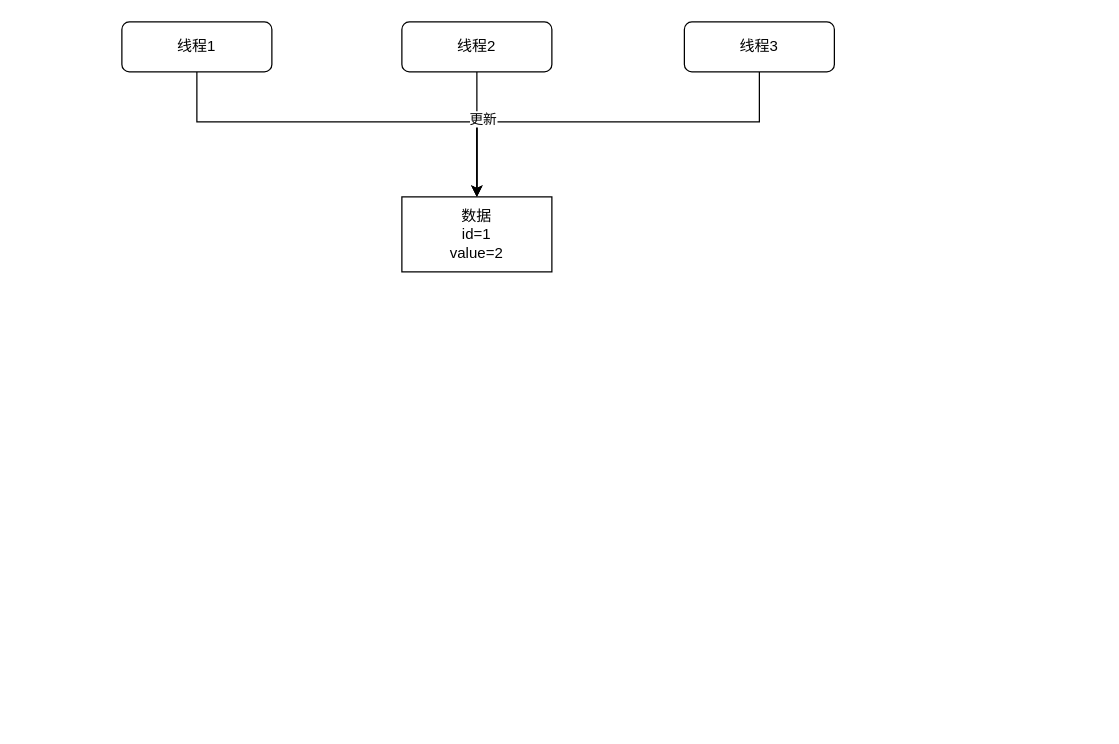
Above: 多线程更新数据.drawio in 315944211/doc (draw.io), before the change. Source tidied: cells renumbered, new cells numbered last; positions are measured from the earlier drawing's top-left corner, leaving out a move shared by most shapes. Both pictures are drawn from the tidied source at 125%, with x=0, y=0 at pixel (121, 21).
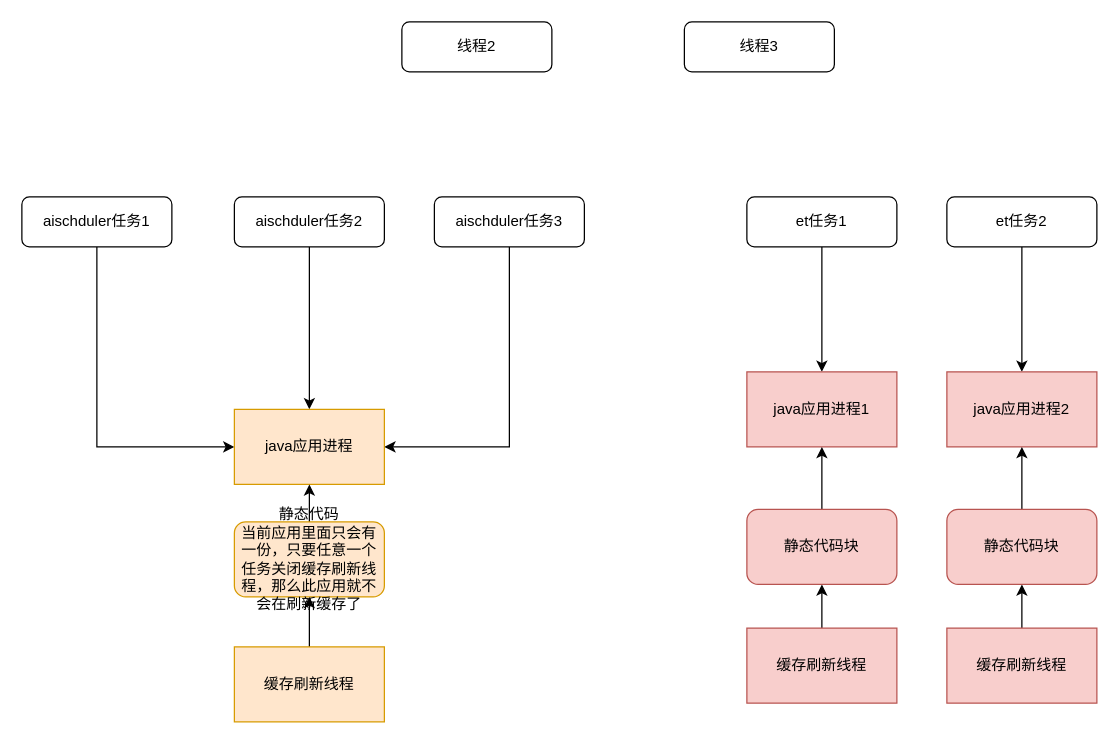
The same page after the edit.

Commit message:
更新多线程更新数据.drawio

Unchanged cells that the change refers to:
```xml
<mxCell id="6" value="线程2" style="rounded=1;whiteSpace=wrap;html=1;fontSize=12;glass=0;strokeWidth=1;shadow=0;" parent="1" vertex="1">
  <mxGeometry x="224" width="120" height="40" as="geometry" />
</mxCell>
<mxCell id="9" value="线程3" style="rounded=1;whiteSpace=wrap;html=1;fontSize=12;glass=0;strokeWidth=1;shadow=0;" parent="1" vertex="1">
  <mxGeometry x="450" width="120" height="40" as="geometry" />
</mxCell>
```

Diff of the diagram source:
```diff
@@
-    <mxCell id="2" style="edgeStyle=orthogonalEdgeStyle;rounded=0;jettySize=auto;html=1;" parent="1" edge="1" source="3" target="4">
-      <mxGeometry relative="1" as="geometry">
-        <Array as="points">
-          <mxPoint x="60" y="80" />
-          <mxPoint x="284" y="80" />
-        </Array>
-      </mxGeometry>
-    </mxCell>
+    <mxCell id="10" style="edgeStyle=orthogonalEdgeStyle;rounded=0;jettySize=auto;html=1;entryX=0;entryY=0.5;entryDx=0;entryDy=0;" parent="1" edge="1" source="3" target="15">
+      <mxGeometry relative="1" as="geometry">
+        <Array as="points">
+          <mxPoint x="-20" y="340" />
+        </Array>
+      </mxGeometry>
+    </mxCell>
-    <mxCell id="3" value="线程1" style="rounded=1;whiteSpace=wrap;html=1;fontSize=12;glass=0;strokeWidth=1;shadow=0;" parent="1" vertex="1">
-      <mxGeometry width="120" height="40" as="geometry" />
+    <mxCell id="3" value="aischduler任务1" style="rounded=1;whiteSpace=wrap;html=1;fontSize=12;glass=0;strokeWidth=1;shadow=0;" parent="1" vertex="1">
+      <mxGeometry x="-80" y="140" width="120" height="40" as="geometry" />
     </mxCell>
-    <mxCell id="4" value="数据&lt;br&gt;id=1&lt;br&gt;value=2" style="rounded=0;whiteSpace=wrap;html=1;" parent="1" vertex="1">
-      <mxGeometry x="224" y="140" width="120" height="60" as="geometry" />
-    </mxCell>
-    <mxCell id="5" style="edgeStyle=orthogonalEdgeStyle;rounded=0;jettySize=auto;html=1;entryX=0.5;entryY=0;entryDx=0;entryDy=0;" parent="1" edge="1" source="6" target="4">
-      <mxGeometry relative="1" as="geometry" />
-    </mxCell>
@@
-    <mxCell id="7" style="edgeStyle=orthogonalEdgeStyle;rounded=0;jettySize=auto;html=1;" parent="1" edge="1" source="9" target="4">
-      <mxGeometry relative="1" as="geometry">
-        <Array as="points">
-          <mxPoint x="510" y="80" />
-          <mxPoint x="284" y="80" />
-        </Array>
-      </mxGeometry>
-    </mxCell>
-    <mxCell id="8" value="更新" style="edgeLabel;html=1;align=center;verticalAlign=middle;" parent="7" vertex="1">
-      <mxGeometry x="0.61" y="-3" relative="1" as="geometry" />
-    </mxCell>
@@
+    <mxCell id="11" style="edgeStyle=orthogonalEdgeStyle;rounded=0;jettySize=auto;html=1;" parent="1" edge="1" source="12" target="15">
+      <mxGeometry relative="1" as="geometry" />
+    </mxCell>
+    <mxCell id="12" value="aischduler任务2" style="rounded=1;whiteSpace=wrap;html=1;fontSize=12;glass=0;strokeWidth=1;shadow=0;" parent="1" vertex="1">
+      <mxGeometry x="90" y="140" width="120" height="40" as="geometry" />
+    </mxCell>
+    <mxCell id="13" style="edgeStyle=orthogonalEdgeStyle;rounded=0;jettySize=auto;html=1;entryX=1;entryY=0.5;entryDx=0;entryDy=0;" parent="1" edge="1" source="14" target="15">
+      <mxGeometry relative="1" as="geometry">
+        <Array as="points">
+          <mxPoint x="310" y="340" />
+        </Array>
+      </mxGeometry>
+    </mxCell>
+    <mxCell id="14" value="aischduler任务3" style="rounded=1;whiteSpace=wrap;html=1;fontSize=12;glass=0;strokeWidth=1;shadow=0;" parent="1" vertex="1">
+      <mxGeometry x="250" y="140" width="120" height="40" as="geometry" />
+    </mxCell>
+    <mxCell id="15" value="java应用进程" style="rounded=0;whiteSpace=wrap;html=1;fillColor=#ffe6cc;strokeColor=#d79b00;" parent="1" vertex="1">
+      <mxGeometry x="90" y="310" width="120" height="60" as="geometry" />
+    </mxCell>
+    <mxCell id="16" style="edgeStyle=orthogonalEdgeStyle;rounded=0;jettySize=auto;html=1;" parent="1" edge="1" source="17" target="15">
+      <mxGeometry relative="1" as="geometry" />
+    </mxCell>
+    <mxCell id="17" value="静态代码&lt;br&gt;当前应用里面只会有一份，只要任意一个任务关闭缓存刷新线程，那么此应用就不会在刷新缓存了" style="rounded=1;whiteSpace=wrap;html=1;fillColor=#ffe6cc;strokeColor=#d79b00;" parent="1" vertex="1">
+      <mxGeometry x="90" y="400" width="120" height="60" as="geometry" />
+    </mxCell>
+    <mxCell id="18" style="edgeStyle=orthogonalEdgeStyle;rounded=0;jettySize=auto;html=1;" parent="1" edge="1" source="19" target="17">
+      <mxGeometry relative="1" as="geometry" />
+    </mxCell>
+    <mxCell id="19" value="缓存刷新线程" style="rounded=0;whiteSpace=wrap;html=1;fillColor=#ffe6cc;strokeColor=#d79b00;" parent="1" vertex="1">
+      <mxGeometry x="90" y="500" width="120" height="60" as="geometry" />
+    </mxCell>
+    <mxCell id="20" style="edgeStyle=orthogonalEdgeStyle;rounded=0;jettySize=auto;html=1;entryX=0.5;entryY=0;entryDx=0;entryDy=0;" parent="1" edge="1" source="21" target="22">
+      <mxGeometry relative="1" as="geometry" />
+    </mxCell>
+    <mxCell id="21" value="et任务1" style="rounded=1;whiteSpace=wrap;html=1;fontSize=12;glass=0;strokeWidth=1;shadow=0;" parent="1" vertex="1">
+      <mxGeometry x="500" y="140" width="120" height="40" as="geometry" />
+    </mxCell>
+    <mxCell id="22" value="java应用进程1" style="rounded=0;whiteSpace=wrap;html=1;fillColor=#f8cecc;strokeColor=#b85450;" parent="1" vertex="1">
+      <mxGeometry x="500" y="280" width="120" height="60" as="geometry" />
+    </mxCell>
+    <mxCell id="23" style="edgeStyle=orthogonalEdgeStyle;rounded=0;jettySize=auto;html=1;" parent="1" edge="1" source="24" target="26">
+      <mxGeometry relative="1" as="geometry" />
+    </mxCell>
+    <mxCell id="24" value="缓存刷新线程" style="rounded=0;whiteSpace=wrap;html=1;fillColor=#f8cecc;strokeColor=#b85450;" parent="1" vertex="1">
+      <mxGeometry x="500" y="485" width="120" height="60" as="geometry" />
+    </mxCell>
+    <mxCell id="25" style="edgeStyle=orthogonalEdgeStyle;rounded=0;jettySize=auto;html=1;" parent="1" edge="1" source="26" target="22">
+      <mxGeometry relative="1" as="geometry" />
+    </mxCell>
+    <mxCell id="26" value="静态代码块" style="rounded=1;whiteSpace=wrap;html=1;fillColor=#f8cecc;strokeColor=#b85450;" parent="1" vertex="1">
+      <mxGeometry x="500" y="390" width="120" height="60" as="geometry" />
+    </mxCell>
+    <mxCell id="27" style="edgeStyle=orthogonalEdgeStyle;rounded=0;jettySize=auto;html=1;entryX=0.5;entryY=0;entryDx=0;entryDy=0;" parent="1" edge="1" source="28" target="29">
+      <mxGeometry relative="1" as="geometry" />
+    </mxCell>
+    <mxCell id="28" value="et任务2" style="rounded=1;whiteSpace=wrap;html=1;fontSize=12;glass=0;strokeWidth=1;shadow=0;" parent="1" vertex="1">
+      <mxGeometry x="660" y="140" width="120" height="40" as="geometry" />
+    </mxCell>
+    <mxCell id="29" value="java应用进程2" style="rounded=0;whiteSpace=wrap;html=1;fillColor=#f8cecc;strokeColor=#b85450;" parent="1" vertex="1">
+      <mxGeometry x="660" y="280" width="120" height="60" as="geometry" />
+    </mxCell>
+    <mxCell id="30" style="edgeStyle=orthogonalEdgeStyle;rounded=0;jettySize=auto;html=1;" parent="1" edge="1" source="31" target="33">
+      <mxGeometry relative="1" as="geometry" />
+    </mxCell>
+    <mxCell id="31" value="缓存刷新线程" style="rounded=0;whiteSpace=wrap;html=1;fillColor=#f8cecc;strokeColor=#b85450;" parent="1" vertex="1">
+      <mxGeometry x="660" y="485" width="120" height="60" as="geometry" />
+    </mxCell>
+    <mxCell id="32" style="edgeStyle=orthogonalEdgeStyle;rounded=0;jettySize=auto;html=1;" parent="1" edge="1" source="33" target="29">
+      <mxGeometry relative="1" as="geometry" />
+    </mxCell>
+    <mxCell id="33" value="静态代码块" style="rounded=1;whiteSpace=wrap;html=1;fillColor=#f8cecc;strokeColor=#b85450;" parent="1" vertex="1">
+      <mxGeometry x="660" y="390" width="120" height="60" as="geometry" />
+    </mxCell>
```
